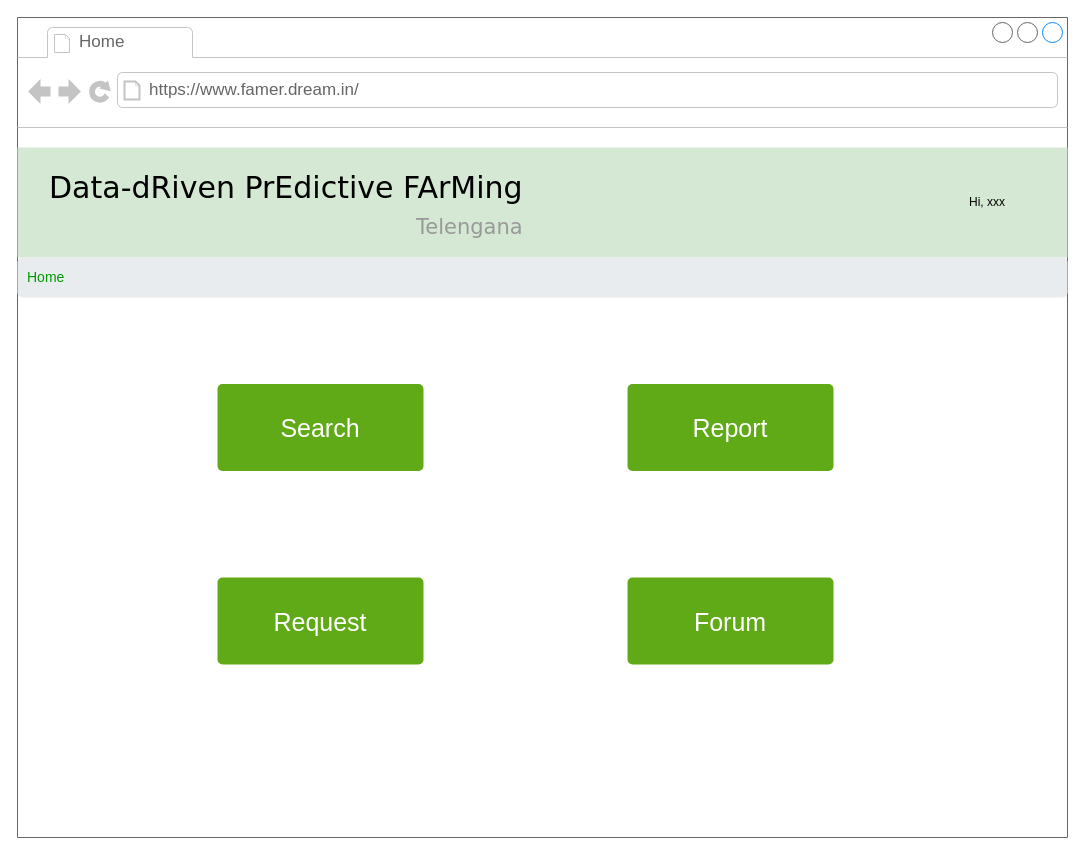
ictar/DREAM-SE2-Project-2022 keeps this draw.io diagram as page "fm-home" (18 of 25) of RASD/diagrams/User Interface.drawio. Above is the earlier version. Source tidied: cells renumbered, new cells numbered last; positions are measured from the earlier drawing's top-left corner, leaving out a move shared by most shapes. Both pictures are drawn from the tidied source at 100%, with x=0, y=0 at pixel (17, 17).
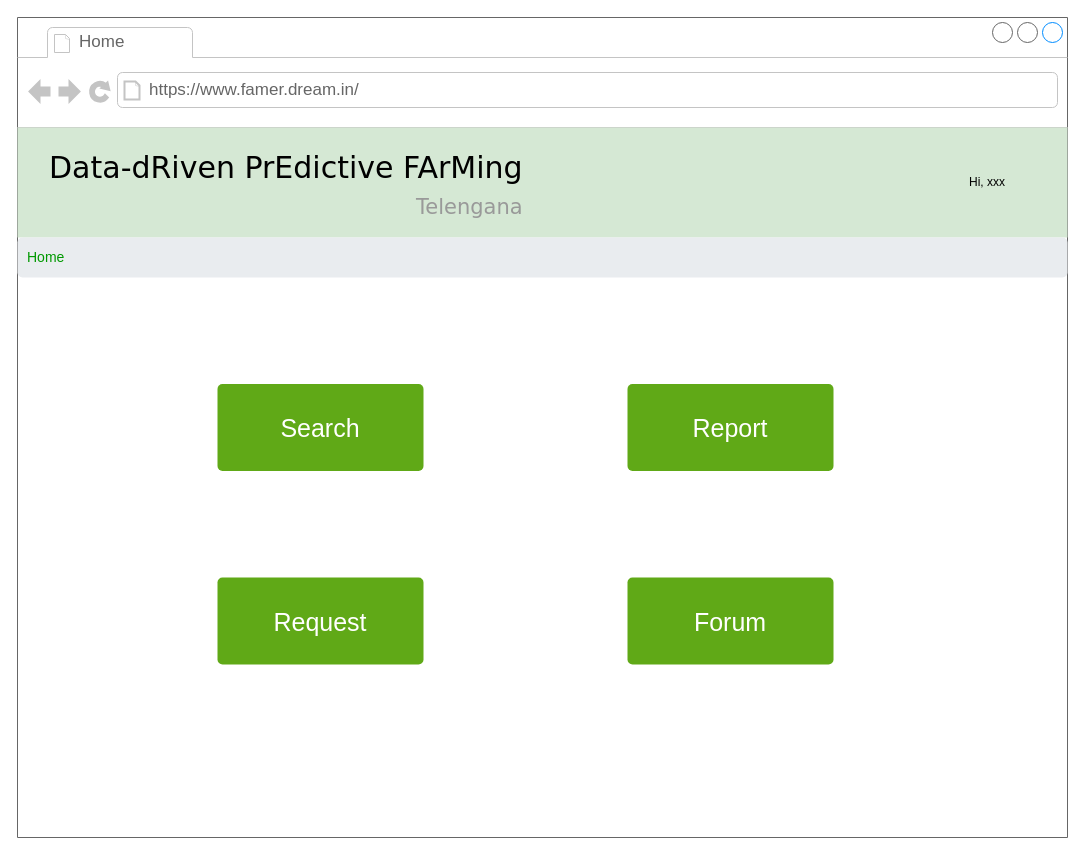
Above is the later version.

Diff of the diagram source:
```diff
@@
 <mxGraphModel background="#ffffff">
   <root>
     <mxCell id="0" />
     <mxCell id="1" parent="0" />
     <mxCell id="2" style="strokeWidth=1;shadow=0;dashed=0;align=center;html=1;shape=mxgraph.mockup.containers.browserWindow;rSize=0;strokeColor=none;mainText=,;rounded=0;labelBackgroundColor=none;fontFamily=Verdana;fontSize=12;" parent="1" vertex="1">
       <mxGeometry width="1050" height="820" as="geometry" />
     </mxCell>
     <mxCell id="3" value="Home" style="strokeWidth=1;shadow=0;dashed=0;align=center;html=1;shape=mxgraph.mockup.containers.anchor;fontSize=17;fontColor=#666666;align=left;" parent="2" vertex="1">
       <mxGeometry x="60" y="12" width="110" height="26" as="geometry" />
     </mxCell>
     <mxCell id="4" value="https://www.famer.dream.in/" style="strokeWidth=1;shadow=0;dashed=0;align=center;html=1;shape=mxgraph.mockup.containers.anchor;rSize=0;fontSize=17;fontColor=#666666;align=left;" parent="2" vertex="1">
       <mxGeometry x="130" y="60" width="250" height="26" as="geometry" />
     </mxCell>
     <mxCell id="5" value="&lt;font style=&quot;font-size: 25px&quot;&gt;Search&lt;/font&gt;" style="html=1;shadow=0;dashed=0;shape=mxgraph.bootstrap.rrect;rSize=5;strokeWidth=3;whiteSpace=wrap;align=center;verticalAlign=middle;spacingLeft=0;fontStyle=0;fontSize=16;spacing=5;fillColor=#60a917;strokeColor=none;fontColor=#ffffff;" parent="2" vertex="1">
       <mxGeometry x="200" y="366.5" width="206" height="87" as="geometry" />
     </mxCell>
     <mxCell id="6" value="&lt;font style=&quot;font-size: 25px&quot;&gt;Request&lt;/font&gt;" style="html=1;shadow=0;dashed=0;shape=mxgraph.bootstrap.rrect;rSize=5;strokeColor=none;strokeWidth=3;fillColor=#60a917;fontColor=#ffffff;whiteSpace=wrap;align=center;verticalAlign=middle;spacingLeft=0;fontStyle=0;fontSize=16;spacing=5;" parent="2" vertex="1">
       <mxGeometry x="200" y="560" width="206" height="87" as="geometry" />
     </mxCell>
     <mxCell id="7" value="&lt;font style=&quot;font-size: 25px&quot;&gt;Report&lt;/font&gt;" style="html=1;shadow=0;dashed=0;shape=mxgraph.bootstrap.rrect;rSize=5;strokeColor=none;strokeWidth=3;fillColor=#60a917;fontColor=#ffffff;whiteSpace=wrap;align=center;verticalAlign=middle;spacingLeft=0;fontStyle=0;fontSize=16;spacing=5;" parent="2" vertex="1">
       <mxGeometry x="610" y="366.5" width="206" height="87" as="geometry" />
     </mxCell>
     <mxCell id="8" value="&lt;font style=&quot;font-size: 25px&quot;&gt;Forum&lt;/font&gt;" style="html=1;shadow=0;dashed=0;shape=mxgraph.bootstrap.rrect;rSize=5;strokeColor=none;strokeWidth=3;fillColor=#60a917;fontColor=#ffffff;whiteSpace=wrap;align=center;verticalAlign=middle;spacingLeft=0;fontStyle=0;fontSize=16;spacing=5;" parent="2" vertex="1">
       <mxGeometry x="610" y="560" width="206" height="87" as="geometry" />
     </mxCell>
-    <mxCell id="9" style="group;" parent="1" vertex="1">
-      <mxGeometry y="130" width="1050" height="150" as="geometry" />
+    <mxCell id="9" style="group;" parent="2" vertex="1">
+      <mxGeometry y="110" width="1050" height="150" as="geometry" />
     </mxCell>
     <mxCell id="10" style="rounded=0;whiteSpace=wrap;html=1;fontSize=21;fillColor=#d5e8d4;strokeColor=none;" parent="9" vertex="1">
       <mxGeometry width="1050" height="110" as="geometry" />
     </mxCell>
     <mxCell id="11" value="Data-dRiven PrEdictive FArMing&lt;br&gt;&lt;div style=&quot;text-align: right&quot;&gt;&lt;font style=&quot;font-size: 21px&quot; color=&quot;#999999&quot;&gt;Telengana&lt;/font&gt;&lt;/div&gt;" style="text;html=1;align=left;verticalAlign=top;spacingTop=-4;fontSize=30;fontFamily=Verdana;" parent="9" vertex="1">
       <mxGeometry x="30" y="20" width="480" height="70" as="geometry" />
     </mxCell>
+    <mxCell id="13" value="Hi, xxx" style="text;html=1;strokeColor=none;fillColor=none;align=center;verticalAlign=middle;whiteSpace=wrap;rounded=0;fontSize=12;fontColor=#000000;" parent="2" vertex="1">
+      <mxGeometry x="940" y="150" width="60" height="30" as="geometry" />
+    </mxCell>
-    <mxCell id="12" value="&lt;font color=&quot;#009900&quot;&gt;Home&lt;/font&gt;" style="html=1;shadow=0;dashed=0;shape=mxgraph.bootstrap.rrect;rSize=5;strokeColor=none;strokeWidth=1;fillColor=#E9ECEF;fontColor=#6C757D;whiteSpace=wrap;align=left;verticalAlign=middle;spacingLeft=0;fontStyle=0;fontSize=14;spacing=10;" parent="1" vertex="1">
-      <mxGeometry y="240" width="1050" height="40" as="geometry" />
+    <mxCell id="12" value="&lt;font color=&quot;#009900&quot;&gt;Home&lt;/font&gt;" style="html=1;shadow=0;dashed=0;shape=mxgraph.bootstrap.rrect;rSize=5;strokeColor=none;strokeWidth=1;fillColor=#E9ECEF;fontColor=#6C757D;whiteSpace=wrap;align=left;verticalAlign=middle;spacingLeft=0;fontStyle=0;fontSize=14;spacing=10;" parent="2" vertex="1">
+      <mxGeometry y="220" width="1050" height="40" as="geometry" />
     </mxCell>
-    <mxCell id="13" value="Hi, xxx" style="text;html=1;strokeColor=none;fillColor=none;align=center;verticalAlign=middle;whiteSpace=wrap;rounded=0;fontSize=12;fontColor=#000000;" parent="1" vertex="1">
-      <mxGeometry x="940" y="170" width="60" height="30" as="geometry" />
-    </mxCell>
   </root>
 </mxGraphModel>
```
